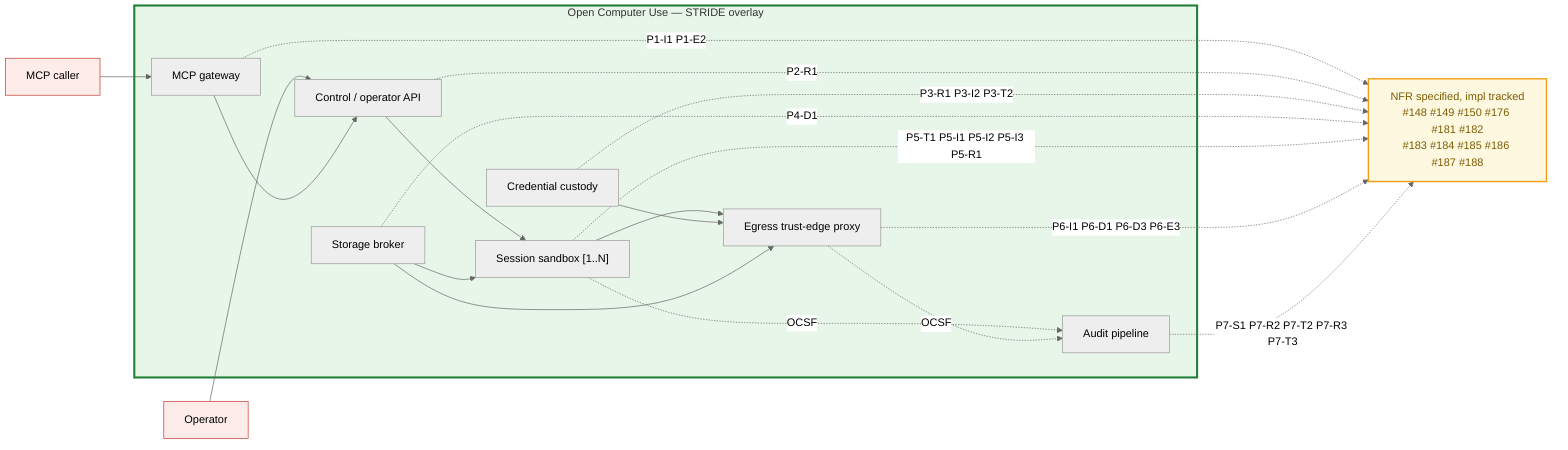
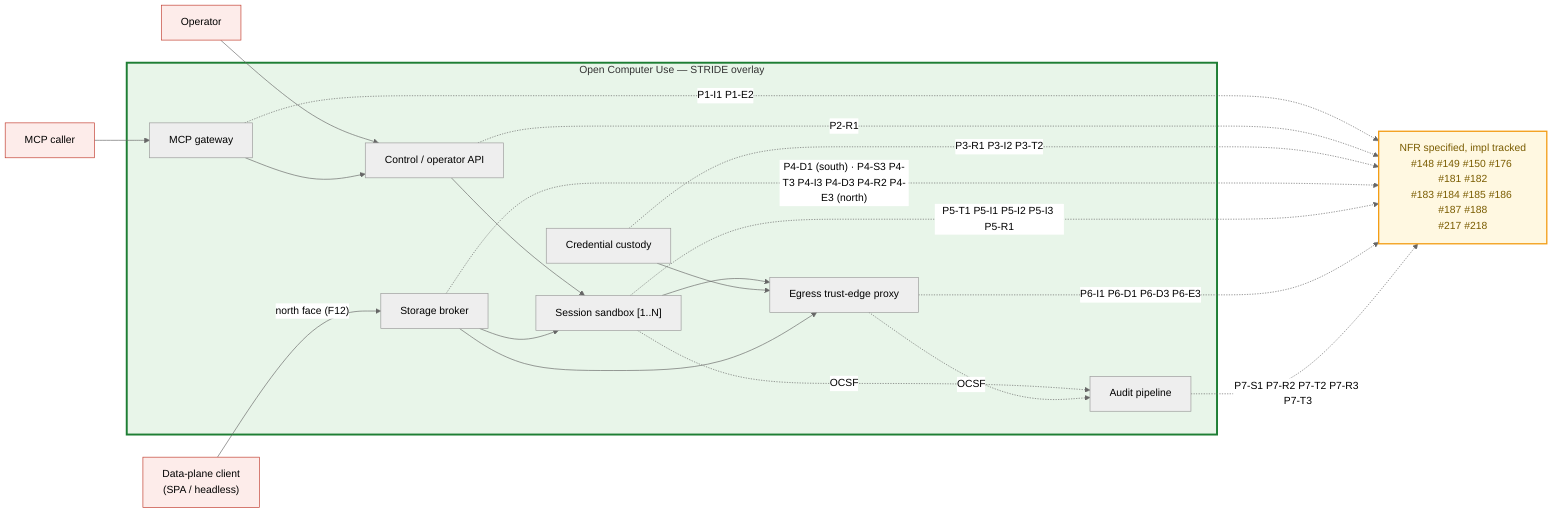
%% SPDX-License-Identifier: FSL-1.1-Apache-2.0
%% Copyright (c) 2025 Open Computer Use Contributors
%% Layer 7 STRIDE overlay on the Layer 6 container DFD. Referenced from docs/architecture/06-threat-model.md.
%% Residual (PARTIAL) threats annotated per element; the DFD itself is canonical in c4-container.mmd (not redrawn).
%%{init: {"theme": "neutral"} }%%
flowchart LR
    PEER["MCP caller"]:::ext
    OPER["Operator"]:::ext
+     DPC["Data-plane client<br/>(SPA / headless)"]:::ext
    subgraph OCU["Open Computer Use — STRIDE overlay"]
        MCPG["MCP gateway"]
        CTRL["Control / operator API"]
        CUST["Credential custody"]
        STORE["Storage broker"]
        VM["Session sandbox [1..N]"]
        EDGE["Egress trust-edge proxy"]
        AUD["Audit pipeline"]
    end
    PEER --> MCPG
    OPER --> CTRL
    MCPG --> CTRL
    CTRL --> VM
    STORE --> VM
+     DPC -->|"north face (F12)"| STORE
    VM --> EDGE
    CUST --> EDGE
    STORE --> EDGE
    VM -.OCSF.-> AUD
    EDGE -.OCSF.-> AUD

-     PEND["NFR specified, impl tracked<br/>#148 #149 #150 #176 #181 #182<br/>#183 #184 #185 #186 #187 #188"]:::pend
+     PEND["NFR specified, impl tracked<br/>#148 #149 #150 #176 #181 #182<br/>#183 #184 #185 #186 #187 #188<br/>#217 #218"]:::pend
    MCPG -. P1-I1 P1-E2 .-> PEND
    CTRL -. P2-R1 .-> PEND
    CUST -. P3-R1 P3-I2 P3-T2 .-> PEND
-     STORE -. P4-D1 .-> PEND
+     STORE -. "P4-D1 (south) · P4-S3 P4-T3 P4-I3 P4-D3 P4-R2 P4-E3 (north)" .-> PEND
    VM -. P5-T1 P5-I1 P5-I2 P5-I3 P5-R1 .-> PEND
    EDGE -. P6-I1 P6-D1 P6-D3 P6-E3 .-> PEND
    AUD -. P7-S1 P7-R2 P7-T2 P7-R3 P7-T3 .-> PEND

    classDef ext fill:#fdecea,stroke:#c0392b,stroke-width:1px;
    classDef pend fill:#fff8e1,stroke:#f39c12,stroke-width:2px,color:#7a5c00;
    style OCU fill:#e8f5e9,stroke:#1e7e34,stroke-width:3px;
